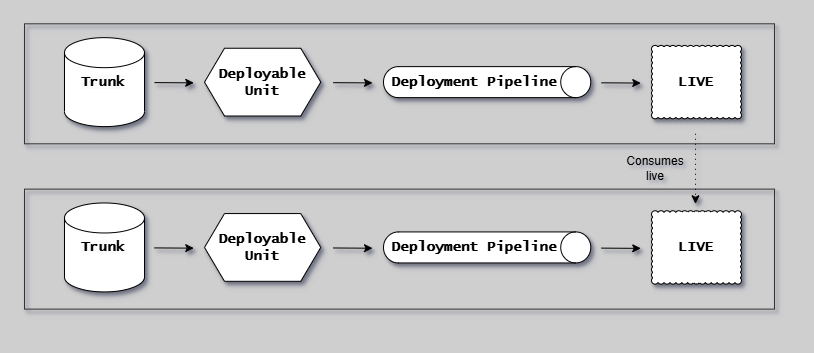
The draw.io diagram docs/assets/branching/dependency-live.drawio.png in ready-to-release/eac, before a commit. Source tidied: cells renumbered, new cells last; positions are measured from the earlier drawing's top-left corner, leaving out a move shared by most shapes.
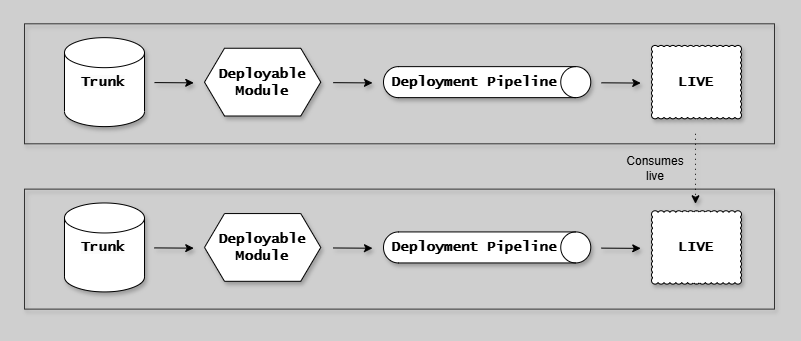
Above is the later version.

What changed in the source:
```diff
@@ -2,7 +2,7 @@
   <root>
     <mxCell id="0" />
     <mxCell id="1" parent="0" />
-    <mxCell id="2" value="Deployable&lt;br style=&quot;font-size: 14px;&quot;&gt;Unit" style="shape=hexagon;perimeter=hexagonPerimeter2;whiteSpace=wrap;html=1;fixedSize=1;fontFamily=Lucida Console;fontStyle=1;fontSize=14;shadow=1;" parent="1" vertex="1">
+    <mxCell id="2" value="Deployable&lt;br style=&quot;font-size: 14px;&quot;&gt;Module" style="shape=hexagon;perimeter=hexagonPerimeter2;whiteSpace=wrap;html=1;fixedSize=1;fontFamily=Lucida Console;fontStyle=1;fontSize=14;shadow=1;" parent="1" vertex="1">
       <mxGeometry x="200" y="69.8" width="116.2" height="67.8" as="geometry" />
     </mxCell>
     <mxCell id="3" style="shape=cylinder3;whiteSpace=wrap;html=1;boundedLbl=1;backgroundOutline=1;size=15;fontFamily=Lucida Console;fontStyle=1;fontSize=14;shadow=1;" parent="1" vertex="1">
@@ -35,7 +35,7 @@
     <mxCell id="9" value="&lt;span style=&quot;color: rgb(0, 0, 0); font-family: &amp;quot;Lucida Console&amp;quot;; font-size: 14px; font-style: normal; font-variant-ligatures: normal; font-variant-caps: normal; font-weight: 700; letter-spacing: normal; orphans: 2; text-align: center; text-indent: 0px; text-transform: none; widows: 2; word-spacing: 0px; -webkit-text-stroke-width: 0px; background-color: rgb(251, 251, 251); text-decoration-thickness: initial; text-decoration-style: initial; text-decoration-color: initial; float: none; display: inline !important;&quot;&gt;Trunk&lt;/span&gt;" style="text;whiteSpace=wrap;html=1;shadow=1;" parent="1" vertex="1">
       <mxGeometry x="75" y="88.6" width="60" height="30" as="geometry" />
     </mxCell>
-    <mxCell id="10" value="Deployable&lt;br style=&quot;font-size: 14px;&quot;&gt;Unit" style="shape=hexagon;perimeter=hexagonPerimeter2;whiteSpace=wrap;html=1;fixedSize=1;fontFamily=Lucida Console;fontStyle=1;fontSize=14;shadow=1;" parent="1" vertex="1">
+    <mxCell id="10" value="Deployable&lt;br style=&quot;font-size: 14px;&quot;&gt;Module" style="shape=hexagon;perimeter=hexagonPerimeter2;whiteSpace=wrap;html=1;fixedSize=1;fontFamily=Lucida Console;fontStyle=1;fontSize=14;shadow=1;" parent="1" vertex="1">
       <mxGeometry x="200" y="235.1" width="116.2" height="67.8" as="geometry" />
     </mxCell>
     <mxCell id="11" style="shape=cylinder3;whiteSpace=wrap;html=1;boundedLbl=1;backgroundOutline=1;size=15;fontFamily=Lucida Console;fontStyle=1;fontSize=14;shadow=1;" parent="1" vertex="1">
```
